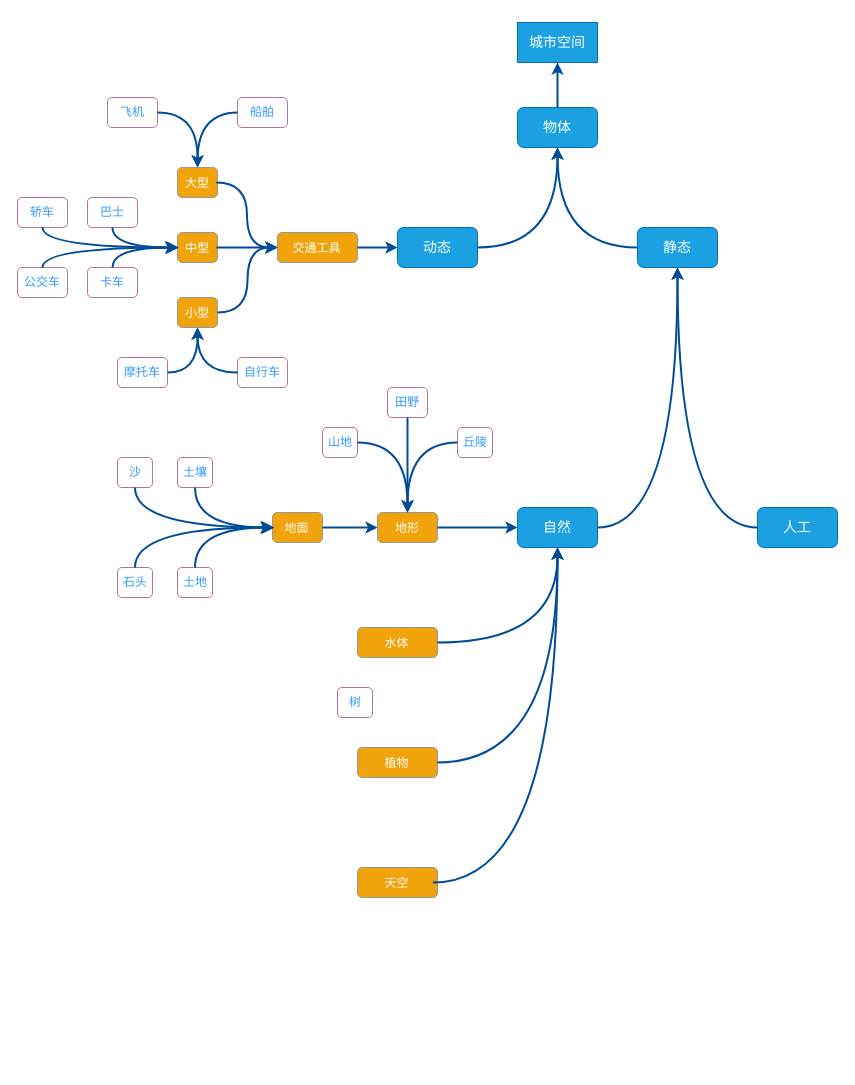
Before: Untitled Diagram.drawio in YuSekai/easytrader, a draw.io diagram. Source tidied: cells renumbered, new cells numbered last; positions are measured from the earlier drawing's top-left corner, leaving out a move shared by most shapes. Both pictures are drawn from the tidied source at 100%, with x=0, y=0 at pixel (17, 17).
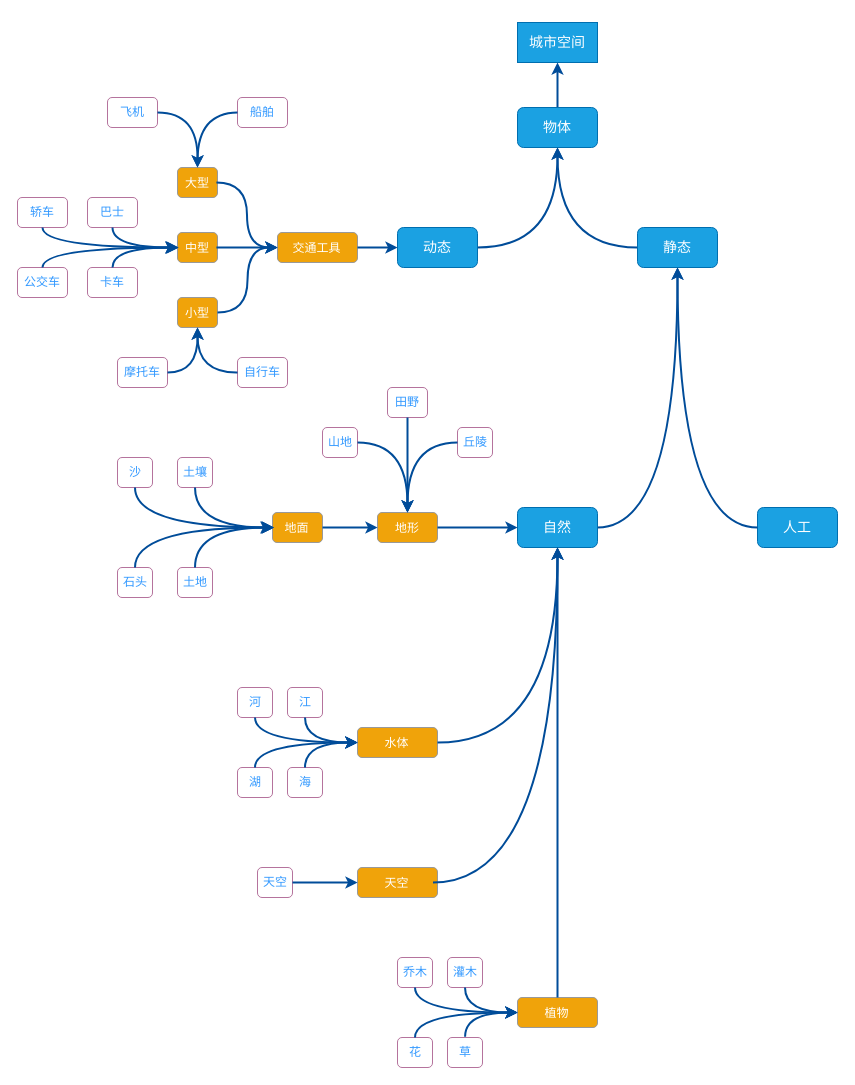
The same diagram, later.

Unchanged cells that the change refers to:
```xml
<mxCell id="71" style="rounded=1;whiteSpace=wrap;html=1;shadow=0;glass=0;sketch=0;strokeWidth=1;fontColor=#ffffff;fillColor=#f0a30a;strokeColor=#999999;" parent="70" vertex="1">
  <mxGeometry width="80" height="30" as="geometry" />
</mxCell>
<mxCell id="74" style="rounded=1;whiteSpace=wrap;html=1;shadow=0;glass=0;sketch=0;strokeWidth=1;fontColor=#ffffff;fillColor=#f0a30a;strokeColor=#999999;" parent="73" vertex="1">
  <mxGeometry width="80" height="30" as="geometry" />
</mxCell>
<mxCell id="77" style="rounded=1;whiteSpace=wrap;html=1;shadow=0;glass=0;sketch=0;strokeWidth=1;fontColor=#ffffff;fillColor=#f0a30a;strokeColor=#999999;" parent="76" vertex="1">
  <mxGeometry width="80" height="30" as="geometry" />
</mxCell>
<mxCell id="122" style="rounded=1;whiteSpace=wrap;html=1;shadow=0;glass=0;sketch=0;strokeWidth=1;fontSize=14;fontColor=#FFFFFF;strokeColor=#B5739D;" parent="121" vertex="1">
  <mxGeometry width="35" height="30" as="geometry" />
</mxCell>
```

Change to the diagram source:
```diff
@@
     <mxCell id="70" style="group;" parent="1" vertex="1">
-      <mxGeometry x="340" y="610" width="80" height="30" as="geometry" />
+      <mxGeometry x="340" y="710" width="80" height="30" as="geometry" />
     </mxCell>
@@
     <mxCell id="76" style="group;" parent="1" vertex="1">
-      <mxGeometry x="340" y="730" width="80" height="30" as="geometry" />
+      <mxGeometry x="500" y="980" width="80" height="30" as="geometry" />
     </mxCell>
@@
     <mxCell id="121" style="group;" parent="1" vertex="1">
-      <mxGeometry x="320" y="670" width="35" height="30" as="geometry" />
+      <mxGeometry x="380" y="940" width="35" height="30" as="geometry" />
     </mxCell>
@@
-    <mxCell id="123" value="&lt;font color=&quot;#3399ff&quot; style=&quot;font-size: 12px&quot;&gt;树&lt;/font&gt;" style="text;html=1;strokeColor=none;fillColor=none;align=center;verticalAlign=middle;whiteSpace=wrap;rounded=0;shadow=0;glass=0;sketch=0;fontSize=12;fontColor=#FFFFFF;" parent="121" vertex="1">
+    <mxCell id="123" value="&lt;font color=&quot;#3399ff&quot; style=&quot;font-size: 12px&quot;&gt;乔木&lt;/font&gt;" style="text;html=1;strokeColor=none;fillColor=none;align=center;verticalAlign=middle;whiteSpace=wrap;rounded=0;shadow=0;glass=0;sketch=0;fontSize=12;fontColor=#FFFFFF;" parent="121" vertex="1">
       <mxGeometry x="3.5" y="5" width="28" height="20" as="geometry" />
     </mxCell>
+    <mxCell id="124" style="group;" parent="1" vertex="1">
+      <mxGeometry x="430" y="940" width="35" height="30" as="geometry" />
+    </mxCell>
+    <mxCell id="125" style="rounded=1;whiteSpace=wrap;html=1;shadow=0;glass=0;sketch=0;strokeWidth=1;fontSize=14;fontColor=#FFFFFF;strokeColor=#B5739D;" parent="124" vertex="1">
+      <mxGeometry width="35" height="30" as="geometry" />
+    </mxCell>
+    <mxCell id="126" value="&lt;font color=&quot;#3399ff&quot; style=&quot;font-size: 12px&quot;&gt;灌木&lt;/font&gt;" style="text;html=1;strokeColor=none;fillColor=none;align=center;verticalAlign=middle;whiteSpace=wrap;rounded=0;shadow=0;glass=0;sketch=0;fontSize=12;fontColor=#FFFFFF;" parent="124" vertex="1">
+      <mxGeometry x="3.5" y="5" width="28" height="20" as="geometry" />
+    </mxCell>
+    <mxCell id="127" style="group;" parent="1" vertex="1">
+      <mxGeometry x="380" y="1020" width="35" height="30" as="geometry" />
+    </mxCell>
+    <mxCell id="128" style="rounded=1;whiteSpace=wrap;html=1;shadow=0;glass=0;sketch=0;strokeWidth=1;fontSize=14;fontColor=#FFFFFF;strokeColor=#B5739D;" parent="127" vertex="1">
+      <mxGeometry width="35" height="30" as="geometry" />
+    </mxCell>
+    <mxCell id="129" value="&lt;font color=&quot;#3399ff&quot; style=&quot;font-size: 12px&quot;&gt;花&lt;/font&gt;" style="text;html=1;strokeColor=none;fillColor=none;align=center;verticalAlign=middle;whiteSpace=wrap;rounded=0;shadow=0;glass=0;sketch=0;fontSize=12;fontColor=#FFFFFF;" parent="127" vertex="1">
+      <mxGeometry x="3.5" y="5" width="28" height="20" as="geometry" />
+    </mxCell>
+    <mxCell id="130" style="group;" parent="1" vertex="1">
+      <mxGeometry x="430" y="1020" width="35" height="30" as="geometry" />
+    </mxCell>
+    <mxCell id="131" style="rounded=1;whiteSpace=wrap;html=1;shadow=0;glass=0;sketch=0;strokeWidth=1;fontSize=14;fontColor=#FFFFFF;strokeColor=#B5739D;" parent="130" vertex="1">
+      <mxGeometry width="35" height="30" as="geometry" />
+    </mxCell>
+    <mxCell id="132" value="&lt;font color=&quot;#3399ff&quot; style=&quot;font-size: 12px&quot;&gt;草&lt;/font&gt;" style="text;html=1;strokeColor=none;fillColor=none;align=center;verticalAlign=middle;whiteSpace=wrap;rounded=0;shadow=0;glass=0;sketch=0;fontSize=12;fontColor=#FFFFFF;" parent="130" vertex="1">
+      <mxGeometry x="3.5" y="5" width="28" height="20" as="geometry" />
+    </mxCell>
+    <mxCell id="133" style="group;" parent="1" vertex="1">
+      <mxGeometry x="240" y="850" width="35" height="30" as="geometry" />
+    </mxCell>
+    <mxCell id="134" style="rounded=1;whiteSpace=wrap;html=1;shadow=0;glass=0;sketch=0;strokeWidth=1;fontSize=14;fontColor=#FFFFFF;strokeColor=#B5739D;" parent="133" vertex="1">
+      <mxGeometry width="35" height="30" as="geometry" />
+    </mxCell>
+    <mxCell id="135" value="&lt;font color=&quot;#3399ff&quot; style=&quot;font-size: 12px&quot;&gt;天空&lt;/font&gt;" style="text;html=1;strokeColor=none;fillColor=none;align=center;verticalAlign=middle;whiteSpace=wrap;rounded=0;shadow=0;glass=0;sketch=0;fontSize=12;fontColor=#FFFFFF;" parent="133" vertex="1">
+      <mxGeometry x="3.5" y="5" width="28" height="20" as="geometry" />
+    </mxCell>
+    <mxCell id="136" style="edgeStyle=orthogonalEdgeStyle;curved=1;rounded=0;jettySize=auto;html=1;entryX=0;entryY=0.5;entryDx=0;entryDy=0;strokeColor=#004C99;strokeWidth=2;fontSize=12;fontColor=#FFFFFF;exitX=1;exitY=0.5;exitDx=0;exitDy=0;" parent="1" edge="1" source="134" target="74">
+      <mxGeometry relative="1" as="geometry" />
+    </mxCell>
+    <mxCell id="137" style="edgeStyle=orthogonalEdgeStyle;curved=1;rounded=0;jettySize=auto;html=1;entryX=0;entryY=0.5;entryDx=0;entryDy=0;strokeColor=#004C99;strokeWidth=2;fontSize=12;fontColor=#FFFFFF;exitX=0.5;exitY=1;exitDx=0;exitDy=0;" parent="1" edge="1" source="125" target="77">
+      <mxGeometry relative="1" as="geometry" />
+    </mxCell>
+    <mxCell id="138" style="edgeStyle=orthogonalEdgeStyle;curved=1;rounded=0;jettySize=auto;html=1;strokeColor=#004C99;strokeWidth=2;fontSize=12;fontColor=#FFFFFF;entryX=0;entryY=0.5;entryDx=0;entryDy=0;exitX=0.502;exitY=-0.022;exitDx=0;exitDy=0;exitPerimeter=0;" parent="1" edge="1" source="131" target="77">
+      <mxGeometry relative="1" as="geometry" />
+    </mxCell>
+    <mxCell id="139" style="edgeStyle=orthogonalEdgeStyle;curved=1;rounded=0;jettySize=auto;html=1;entryX=0;entryY=0.5;entryDx=0;entryDy=0;strokeColor=#004C99;strokeWidth=2;fontSize=12;fontColor=#FFFFFF;exitX=0.5;exitY=0;exitDx=0;exitDy=0;" parent="1" edge="1" source="128" target="77">
+      <mxGeometry relative="1" as="geometry" />
+    </mxCell>
+    <mxCell id="140" style="edgeStyle=orthogonalEdgeStyle;curved=1;rounded=0;jettySize=auto;html=1;entryX=0;entryY=0.5;entryDx=0;entryDy=0;strokeColor=#004C99;strokeWidth=2;fontSize=12;fontColor=#FFFFFF;exitX=0.5;exitY=1;exitDx=0;exitDy=0;" parent="1" edge="1" source="122" target="77">
+      <mxGeometry relative="1" as="geometry" />
+    </mxCell>
+    <mxCell id="141" style="group;" parent="1" vertex="1">
+      <mxGeometry x="220" y="670" width="35" height="30" as="geometry" />
+    </mxCell>
+    <mxCell id="142" style="rounded=1;whiteSpace=wrap;html=1;shadow=0;glass=0;sketch=0;strokeWidth=1;fontSize=14;fontColor=#FFFFFF;strokeColor=#B5739D;" parent="141" vertex="1">
+      <mxGeometry width="35" height="30" as="geometry" />
+    </mxCell>
+    <mxCell id="143" value="&lt;font color=&quot;#3399ff&quot; style=&quot;font-size: 12px&quot;&gt;河&lt;/font&gt;" style="text;html=1;strokeColor=none;fillColor=none;align=center;verticalAlign=middle;whiteSpace=wrap;rounded=0;shadow=0;glass=0;sketch=0;fontSize=12;fontColor=#FFFFFF;" parent="141" vertex="1">
+      <mxGeometry x="3.5" y="5" width="28" height="20" as="geometry" />
+    </mxCell>
+    <mxCell id="144" style="group;" parent="1" vertex="1">
+      <mxGeometry x="270" y="670" width="35" height="30" as="geometry" />
+    </mxCell>
+    <mxCell id="145" style="rounded=1;whiteSpace=wrap;html=1;shadow=0;glass=0;sketch=0;strokeWidth=1;fontSize=14;fontColor=#FFFFFF;strokeColor=#B5739D;" parent="144" vertex="1">
+      <mxGeometry width="35" height="30" as="geometry" />
+    </mxCell>
+    <mxCell id="146" value="&lt;font color=&quot;#3399ff&quot; style=&quot;font-size: 12px&quot;&gt;江&lt;/font&gt;" style="text;html=1;strokeColor=none;fillColor=none;align=center;verticalAlign=middle;whiteSpace=wrap;rounded=0;shadow=0;glass=0;sketch=0;fontSize=12;fontColor=#FFFFFF;" parent="144" vertex="1">
+      <mxGeometry x="3.5" y="5" width="28" height="20" as="geometry" />
+    </mxCell>
+    <mxCell id="147" style="group;" parent="1" vertex="1">
+      <mxGeometry x="220" y="750" width="35" height="30" as="geometry" />
+    </mxCell>
+    <mxCell id="148" style="rounded=1;whiteSpace=wrap;html=1;shadow=0;glass=0;sketch=0;strokeWidth=1;fontSize=14;fontColor=#FFFFFF;strokeColor=#B5739D;" parent="147" vertex="1">
+      <mxGeometry width="35" height="30" as="geometry" />
+    </mxCell>
+    <mxCell id="149" value="&lt;font color=&quot;#3399ff&quot; style=&quot;font-size: 12px&quot;&gt;湖&lt;/font&gt;" style="text;html=1;strokeColor=none;fillColor=none;align=center;verticalAlign=middle;whiteSpace=wrap;rounded=0;shadow=0;glass=0;sketch=0;fontSize=12;fontColor=#FFFFFF;" parent="147" vertex="1">
+      <mxGeometry x="3.5" y="5" width="28" height="20" as="geometry" />
+    </mxCell>
+    <mxCell id="150" style="group;" parent="1" vertex="1">
+      <mxGeometry x="270" y="750" width="35" height="30" as="geometry" />
+    </mxCell>
+    <mxCell id="151" style="rounded=1;whiteSpace=wrap;html=1;shadow=0;glass=0;sketch=0;strokeWidth=1;fontSize=14;fontColor=#FFFFFF;strokeColor=#B5739D;" parent="150" vertex="1">
+      <mxGeometry width="35" height="30" as="geometry" />
+    </mxCell>
+    <mxCell id="152" value="&lt;font color=&quot;#3399ff&quot; style=&quot;font-size: 12px&quot;&gt;海&lt;/font&gt;" style="text;html=1;strokeColor=none;fillColor=none;align=center;verticalAlign=middle;whiteSpace=wrap;rounded=0;shadow=0;glass=0;sketch=0;fontSize=12;fontColor=#FFFFFF;" parent="150" vertex="1">
+      <mxGeometry x="3.5" y="5" width="28" height="20" as="geometry" />
+    </mxCell>
+    <mxCell id="153" style="edgeStyle=orthogonalEdgeStyle;curved=1;rounded=0;jettySize=auto;html=1;entryX=0;entryY=0.5;entryDx=0;entryDy=0;strokeColor=#004C99;strokeWidth=2;fontSize=12;fontColor=#FFFFFF;exitX=0.5;exitY=1;exitDx=0;exitDy=0;" parent="1" edge="1" source="145" target="71">
+      <mxGeometry relative="1" as="geometry" />
+    </mxCell>
+    <mxCell id="154" style="edgeStyle=orthogonalEdgeStyle;curved=1;rounded=0;jettySize=auto;html=1;entryX=0;entryY=0.5;entryDx=0;entryDy=0;strokeColor=#004C99;strokeWidth=2;fontSize=12;fontColor=#FFFFFF;exitX=0.5;exitY=0;exitDx=0;exitDy=0;" parent="1" edge="1" source="151" target="71">
+      <mxGeometry relative="1" as="geometry" />
+    </mxCell>
+    <mxCell id="155" style="edgeStyle=orthogonalEdgeStyle;curved=1;rounded=0;jettySize=auto;html=1;entryX=0;entryY=0.5;entryDx=0;entryDy=0;strokeColor=#004C99;strokeWidth=2;fontSize=12;fontColor=#FFFFFF;exitX=0.5;exitY=1;exitDx=0;exitDy=0;" parent="1" edge="1" source="142" target="71">
+      <mxGeometry relative="1" as="geometry" />
+    </mxCell>
+    <mxCell id="156" style="edgeStyle=orthogonalEdgeStyle;curved=1;rounded=0;jettySize=auto;html=1;entryX=0;entryY=0.5;entryDx=0;entryDy=0;strokeColor=#004C99;strokeWidth=2;fontSize=12;fontColor=#FFFFFF;exitX=0.5;exitY=0;exitDx=0;exitDy=0;" parent="1" edge="1" source="148" target="71">
+      <mxGeometry relative="1" as="geometry" />
+    </mxCell>
```
